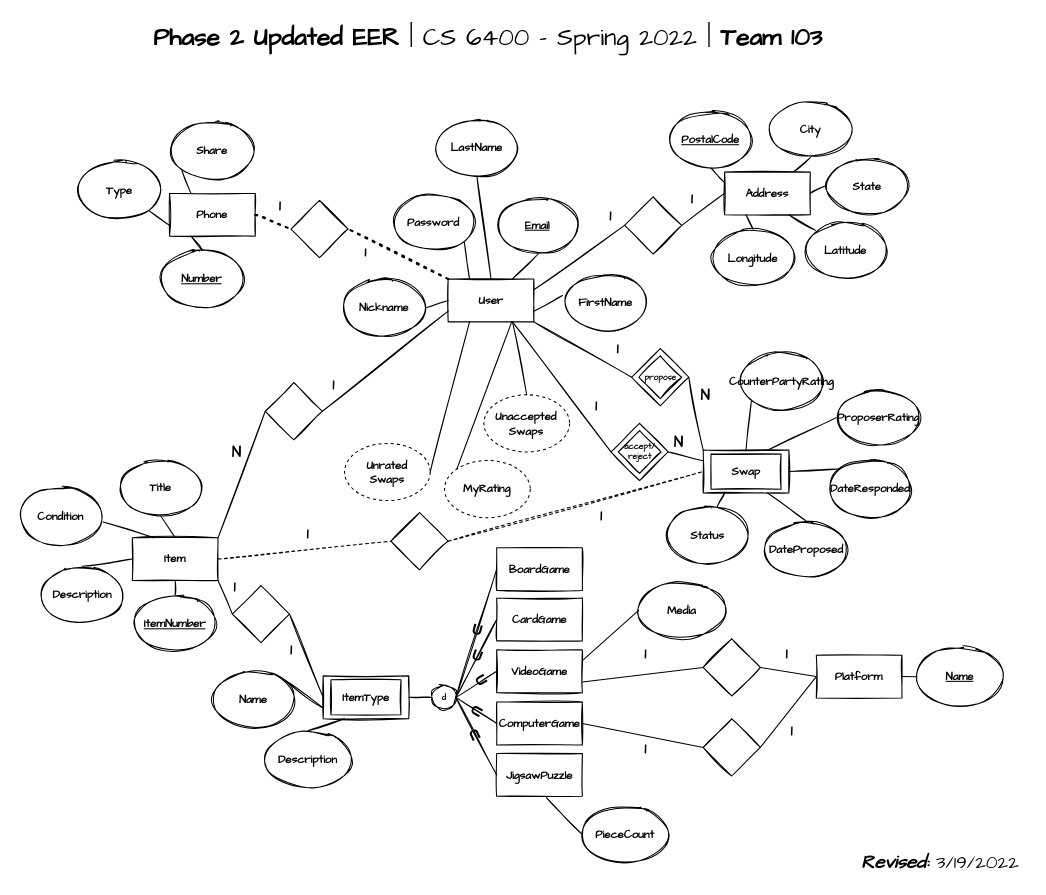
Earlier version of the draw.io diagram Drafts/Keith/team103_p2_updatedEER.drawio (keithdowd/cs6400-2022-01-Team103). Source tidied: cells renumbered, new cells numbered last; positions are measured from the earlier drawing's top-left corner, leaving out a move shared by most shapes. Both pictures are drawn from the tidied source at 103%, with x=0, y=0 at pixel (18, 18).
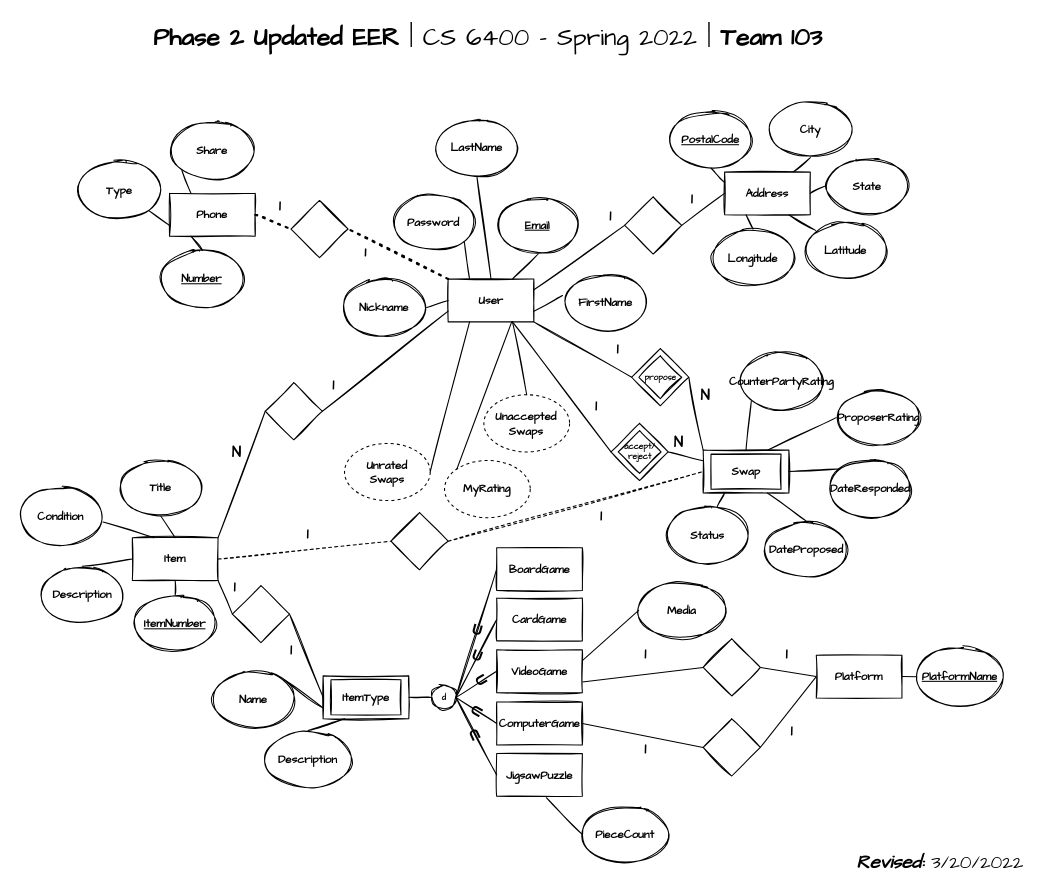
Above is the later version.

Commit message (it also covers changes not shown here):
Refactored Name to PlatformName in Platform entity

The edit, as a diff of the source:
```diff
@@
-    <mxCell id="3" value="&lt;b&gt;&lt;i&gt;Revised:&lt;/i&gt;&lt;/b&gt;&amp;nbsp;3/19/2022" style="text;html=1;strokeColor=none;fillColor=none;align=center;verticalAlign=middle;whiteSpace=wrap;rounded=0;sketch=1;fontFamily=Architects Daughter;fontSize=18;" parent="1" vertex="1">
+    <mxCell id="3" value="&lt;b&gt;&lt;i&gt;Revised:&lt;/i&gt;&lt;/b&gt;&amp;nbsp;3/20/2022" style="text;html=1;strokeColor=none;fillColor=none;align=center;verticalAlign=middle;whiteSpace=wrap;rounded=0;sketch=1;fontFamily=Architects Daughter;fontSize=18;" parent="1" vertex="1">
       <mxGeometry x="810" y="805" width="171" height="30" as="geometry" />
     </mxCell>
@@
-    <mxCell id="128" value="&lt;u&gt;Name&lt;/u&gt;" style="ellipse;whiteSpace=wrap;html=1;rounded=0;sketch=1;fontFamily=Architects Daughter;fontSize=11;fontStyle=1;" parent="1" vertex="1">
+    <mxCell id="128" value="&lt;u&gt;PlatformName&lt;/u&gt;" style="ellipse;whiteSpace=wrap;html=1;rounded=0;sketch=1;fontFamily=Architects Daughter;fontSize=11;fontStyle=1;" parent="1" vertex="1">
       <mxGeometry x="873" y="611.7" width="83.2" height="55.5" as="geometry" />
     </mxCell>
```
